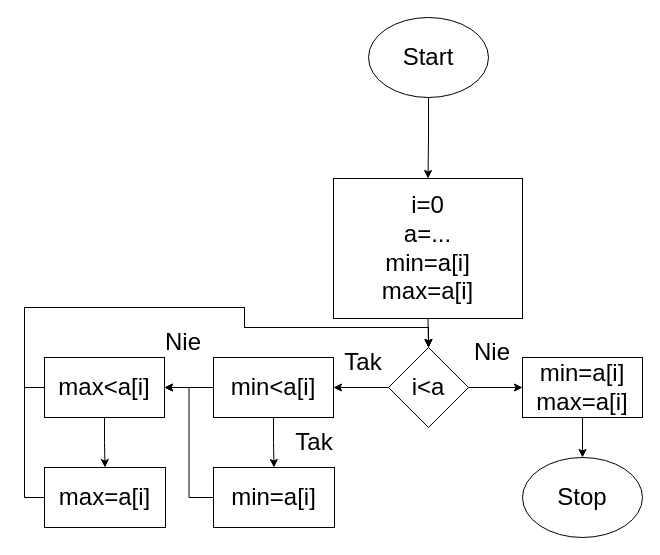
Maksor3111/Algorytmy keeps this draw.io diagram as min-max element tablicy.drawio. Above is the earlier version. Source tidied: cells renumbered, new cells numbered last; positions are measured from the earlier drawing's top-left corner, leaving out a move shared by most shapes. Both pictures are drawn from the tidied source at 100%, with x=0, y=0 at pixel (24, 17).
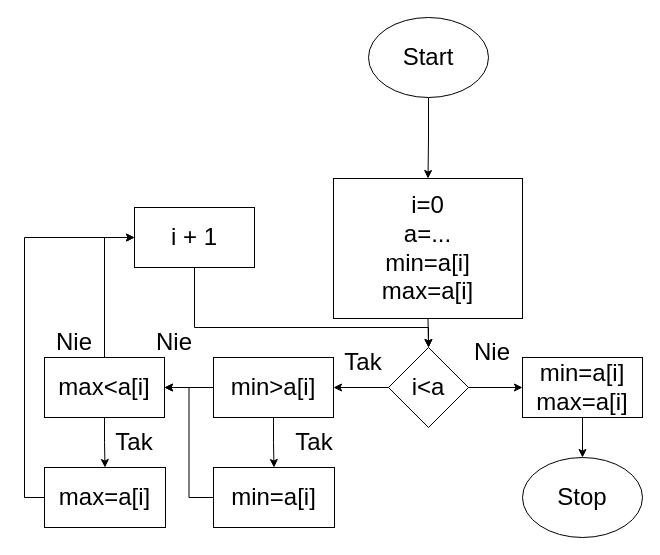
The same page after the edit.

The change refers to these unchanged cells:
```xml
<mxCell id="7" value="i&amp;lt;a" style="rhombus;whiteSpace=wrap;html=1;fontSize=24;" parent="1" vertex="1">
  <mxGeometry x="364" y="330" width="80" height="80" as="geometry" />
</mxCell>
<mxCell id="20" value="max&amp;lt;a[i]" style="rounded=0;whiteSpace=wrap;html=1;fontSize=24;" parent="1" vertex="1">
  <mxGeometry x="20" y="340" width="120" height="60" as="geometry" />
</mxCell>
<mxCell id="26" value="max=a[i]" style="rounded=0;whiteSpace=wrap;html=1;fontSize=24;" parent="1" vertex="1">
  <mxGeometry x="20" y="450" width="121" height="60" as="geometry" />
</mxCell>
```

The edit, as a diff of the source:
```diff
@@
-    <mxCell id="13" value="min&amp;lt;a[i]" style="rounded=0;whiteSpace=wrap;html=1;fontSize=24;" parent="1" vertex="1">
+    <mxCell id="13" value="min&amp;gt;a[i]" style="rounded=0;whiteSpace=wrap;html=1;fontSize=24;" parent="1" vertex="1">
       <mxGeometry x="189" y="340" width="120" height="60" as="geometry" />
     </mxCell>
@@
-    <mxCell id="19" style="edgeStyle=orthogonalEdgeStyle;rounded=0;jettySize=auto;html=1;entryX=0.5;entryY=0;entryDx=0;entryDy=0;fontSize=24;" parent="1" edge="1" source="20" target="7">
-      <mxGeometry relative="1" as="geometry">
-        <Array as="points">
-          <mxPoint y="370" />
-          <mxPoint y="290" />
-          <mxPoint x="220" y="290" />
-          <mxPoint x="220" y="310" />
-          <mxPoint x="404" y="310" />
-        </Array>
-      </mxGeometry>
-    </mxCell>
+    <mxCell id="27" style="edgeStyle=orthogonalEdgeStyle;rounded=0;jettySize=auto;html=1;entryX=0;entryY=0.5;entryDx=0;entryDy=0;fontSize=24;" parent="1" edge="1" source="20" target="31">
+      <mxGeometry relative="1" as="geometry" />
+    </mxCell>
@@
     <mxCell id="24" value="Nie" style="text;html=1;strokeColor=none;fillColor=none;align=center;verticalAlign=middle;whiteSpace=wrap;rounded=0;fontSize=24;" parent="1" vertex="1">
-      <mxGeometry x="129" y="310" width="60" height="30" as="geometry" />
+      <mxGeometry x="120" y="310" width="60" height="30" as="geometry" />
     </mxCell>
-    <mxCell id="25" style="edgeStyle=orthogonalEdgeStyle;rounded=0;jettySize=auto;html=1;fontSize=24;entryX=0.5;entryY=0;entryDx=0;entryDy=0;" parent="1" edge="1" source="26" target="7">
+    <mxCell id="25" style="edgeStyle=orthogonalEdgeStyle;rounded=0;jettySize=auto;html=1;fontSize=24;entryX=0;entryY=0.5;entryDx=0;entryDy=0;" parent="1" edge="1" source="26" target="31">
       <mxGeometry relative="1" as="geometry">
         <Array as="points">
           <mxPoint y="480" />
-          <mxPoint y="290" />
-          <mxPoint x="220" y="290" />
-          <mxPoint x="220" y="310" />
-          <mxPoint x="404" y="310" />
+          <mxPoint y="220" />
         </Array>
       </mxGeometry>
     </mxCell>
@@
+    <mxCell id="28" value="&lt;font style=&quot;font-size: 24px;&quot;&gt;Tak&lt;/font&gt;" style="text;html=1;strokeColor=none;fillColor=none;align=center;verticalAlign=middle;whiteSpace=wrap;rounded=0;" parent="1" vertex="1">
+      <mxGeometry x="80" y="410" width="60" height="30" as="geometry" />
+    </mxCell>
+    <mxCell id="29" value="Nie" style="text;html=1;strokeColor=none;fillColor=none;align=center;verticalAlign=middle;whiteSpace=wrap;rounded=0;fontSize=24;" parent="1" vertex="1">
+      <mxGeometry x="20" y="310" width="60" height="30" as="geometry" />
+    </mxCell>
+    <mxCell id="30" style="edgeStyle=orthogonalEdgeStyle;rounded=0;jettySize=auto;html=1;fontSize=24;entryX=0.5;entryY=0;entryDx=0;entryDy=0;" parent="1" edge="1" source="31" target="7">
+      <mxGeometry relative="1" as="geometry">
+        <Array as="points">
+          <mxPoint x="170" y="310" />
+          <mxPoint x="404" y="310" />
+        </Array>
+      </mxGeometry>
+    </mxCell>
+    <mxCell id="31" value="i + 1" style="rounded=0;whiteSpace=wrap;html=1;fontSize=24;" parent="1" vertex="1">
+      <mxGeometry x="110" y="190" width="120" height="60" as="geometry" />
+    </mxCell>
```
